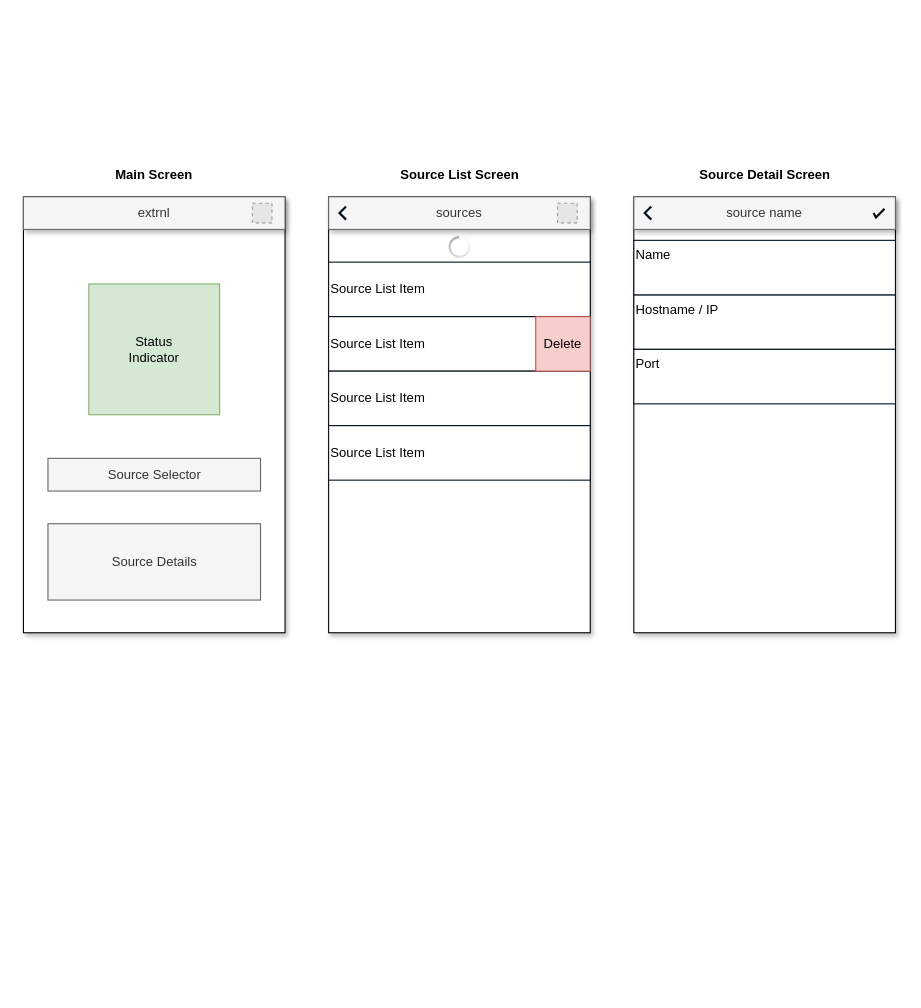
Before: wireframes.drawio in aelitneg/extrnl, a draw.io diagram. Source tidied: cells renumbered, new cells numbered last; positions are measured from the earlier drawing's top-left corner, leaving out a move shared by most shapes. Both pictures are drawn from the tidied source at 109%, with x=0, y=0 at pixel (23, 164). Pictures stored in the file or linked from it are replaced by grey dashed boxes.
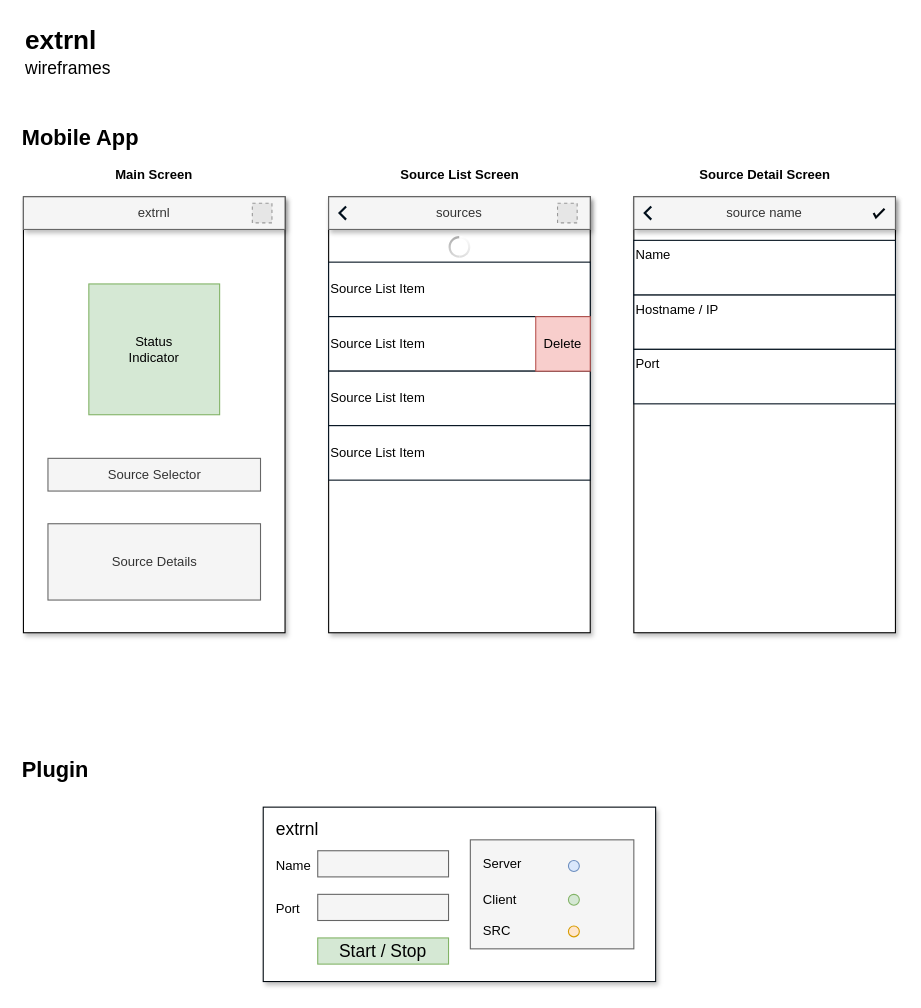
The same diagram, later.

Commit message:
Add Plugin Wireframe

Change to the diagram source:
```diff
@@
+    <mxCell id="28" style="rounded=0;whiteSpace=wrap;html=1;shadow=1;glass=0;strokeColor=#00080F;" parent="1" vertex="1">
+      <mxGeometry x="220" y="590" width="360" height="160" as="geometry" />
+    </mxCell>
+    <mxCell id="29" value="extrnl" style="text;html=1;strokeColor=none;fillColor=none;align=left;verticalAlign=middle;whiteSpace=wrap;rounded=0;shadow=0;glass=0;fontSize=16;fontStyle=0;" parent="1" vertex="1">
+      <mxGeometry x="230" y="600" width="40" height="20" as="geometry" />
+    </mxCell>
+    <mxCell id="30" style="rounded=0;whiteSpace=wrap;html=1;shadow=0;glass=0;fontSize=16;strokeColor=#666666;fillColor=#f5f5f5;fontColor=#333333;" parent="1" vertex="1">
+      <mxGeometry x="270" y="630" width="120" height="24" as="geometry" />
+    </mxCell>
+    <mxCell id="31" value="Name" style="text;html=1;strokeColor=none;fillColor=none;align=left;verticalAlign=middle;whiteSpace=wrap;rounded=0;shadow=0;glass=0;fontSize=12;" parent="1" vertex="1">
+      <mxGeometry x="230" y="634" width="40" height="20" as="geometry" />
+    </mxCell>
+    <mxCell id="32" style="rounded=0;whiteSpace=wrap;html=1;shadow=0;glass=0;fontSize=16;strokeColor=#666666;fillColor=#f5f5f5;fontColor=#333333;" parent="1" vertex="1">
+      <mxGeometry x="270" y="670" width="120" height="24" as="geometry" />
+    </mxCell>
+    <mxCell id="33" value="Port" style="text;html=1;strokeColor=none;fillColor=none;align=left;verticalAlign=middle;whiteSpace=wrap;rounded=0;shadow=0;glass=0;fontSize=12;" parent="1" vertex="1">
+      <mxGeometry x="230" y="674" width="40" height="20" as="geometry" />
+    </mxCell>
+    <mxCell id="34" value="Start / Stop" style="rounded=0;whiteSpace=wrap;html=1;shadow=0;glass=0;fontSize=16;strokeColor=#82b366;fillColor=#d5e8d4;" parent="1" vertex="1">
+      <mxGeometry x="270" y="710" width="120" height="24" as="geometry" />
+    </mxCell>
+    <mxCell id="35" style="edgeStyle=orthogonalEdgeStyle;rounded=0;orthogonalLoop=1;jettySize=auto;html=1;exitX=0.5;exitY=0;exitDx=0;exitDy=0;entryX=0.5;entryY=0.4;entryDx=0;entryDy=0;entryPerimeter=0;fontSize=12;" parent="1" edge="1" source="39" target="39">
+      <mxGeometry relative="1" as="geometry" />
+    </mxCell>
+    <mxCell id="36" style="edgeStyle=orthogonalEdgeStyle;rounded=0;orthogonalLoop=1;jettySize=auto;html=1;exitX=0.5;exitY=0;exitDx=0;exitDy=0;entryX=0.5;entryY=0.4;entryDx=0;entryDy=0;entryPerimeter=0;fontSize=12;" parent="1" edge="1">
+      <mxGeometry relative="1" as="geometry">
+        <mxPoint x="450" y="642" as="sourcePoint" />
+        <mxPoint x="450" y="650" as="targetPoint" />
+      </mxGeometry>
+    </mxCell>
+    <mxCell id="37" style="rounded=0;whiteSpace=wrap;html=1;shadow=0;glass=0;fontSize=12;strokeColor=#666666;align=left;fillColor=#f5f5f5;fontColor=#333333;" parent="1" vertex="1">
+      <mxGeometry x="410" y="620" width="150" height="100" as="geometry" />
+    </mxCell>
+    <mxCell id="38" value="Client" style="text;html=1;strokeColor=none;fillColor=none;align=left;verticalAlign=middle;whiteSpace=wrap;rounded=0;shadow=0;glass=0;fontSize=12;" parent="1" vertex="1">
+      <mxGeometry x="420" y="660" width="40" height="30" as="geometry" />
+    </mxCell>
+    <mxCell id="39" value="Server" style="text;html=1;strokeColor=none;fillColor=none;align=left;verticalAlign=middle;whiteSpace=wrap;rounded=0;shadow=0;glass=0;fontSize=12;" parent="1" vertex="1">
+      <mxGeometry x="420" y="632" width="40" height="20" as="geometry" />
+    </mxCell>
+    <mxCell id="40" value="SRC" style="text;html=1;strokeColor=none;fillColor=none;align=left;verticalAlign=middle;whiteSpace=wrap;rounded=0;shadow=0;glass=0;fontSize=12;" parent="1" vertex="1">
+      <mxGeometry x="420" y="694" width="40" height="20" as="geometry" />
+    </mxCell>
+    <mxCell id="41" style="ellipse;whiteSpace=wrap;html=1;rounded=0;shadow=0;glass=0;fontSize=12;strokeColor=#6c8ebf;align=left;fillColor=#dae8fc;" parent="1" vertex="1">
+      <mxGeometry x="500" y="639" width="10" height="10" as="geometry" />
+    </mxCell>
+    <mxCell id="42" style="ellipse;whiteSpace=wrap;html=1;rounded=0;shadow=0;glass=0;fontSize=12;strokeColor=#82b366;align=left;fillColor=#d5e8d4;" parent="1" vertex="1">
+      <mxGeometry x="500" y="670" width="10" height="10" as="geometry" />
+    </mxCell>
+    <mxCell id="43" style="ellipse;whiteSpace=wrap;html=1;rounded=0;shadow=0;glass=0;fontSize=12;strokeColor=#d79b00;align=left;fillColor=#ffe6cc;" parent="1" vertex="1">
+      <mxGeometry x="500" y="699" width="10" height="10" as="geometry" />
+    </mxCell>
+    <mxCell id="44" value="Mobile App" style="text;strokeColor=none;fillColor=none;html=1;fontSize=20;fontStyle=1;verticalAlign=middle;align=left;rounded=0;shadow=0;glass=0;" parent="1" vertex="1">
+      <mxGeometry x="-3" y="-45" width="100" height="40" as="geometry" />
+    </mxCell>
+    <mxCell id="45" value="Plugin" style="text;strokeColor=none;fillColor=none;html=1;fontSize=20;fontStyle=1;verticalAlign=middle;align=left;rounded=0;shadow=0;glass=0;" parent="1" vertex="1">
+      <mxGeometry x="-3" y="535" width="100" height="40" as="geometry" />
+    </mxCell>
+    <mxCell id="46" value="extrnl" style="text;strokeColor=none;fillColor=none;html=1;fontSize=24;fontStyle=1;verticalAlign=middle;align=left;rounded=0;shadow=0;glass=0;" parent="1" vertex="1">
+      <mxGeometry y="-133" width="100" height="40" as="geometry" />
+    </mxCell>
+    <mxCell id="47" value="&lt;font style=&quot;font-size: 16px&quot;&gt;wireframes&lt;/font&gt;" style="text;html=1;strokeColor=none;fillColor=none;align=left;verticalAlign=middle;whiteSpace=wrap;rounded=0;shadow=0;glass=0;fontSize=20;" parent="1" vertex="1">
+      <mxGeometry y="-100" width="40" height="20" as="geometry" />
+    </mxCell>
```
